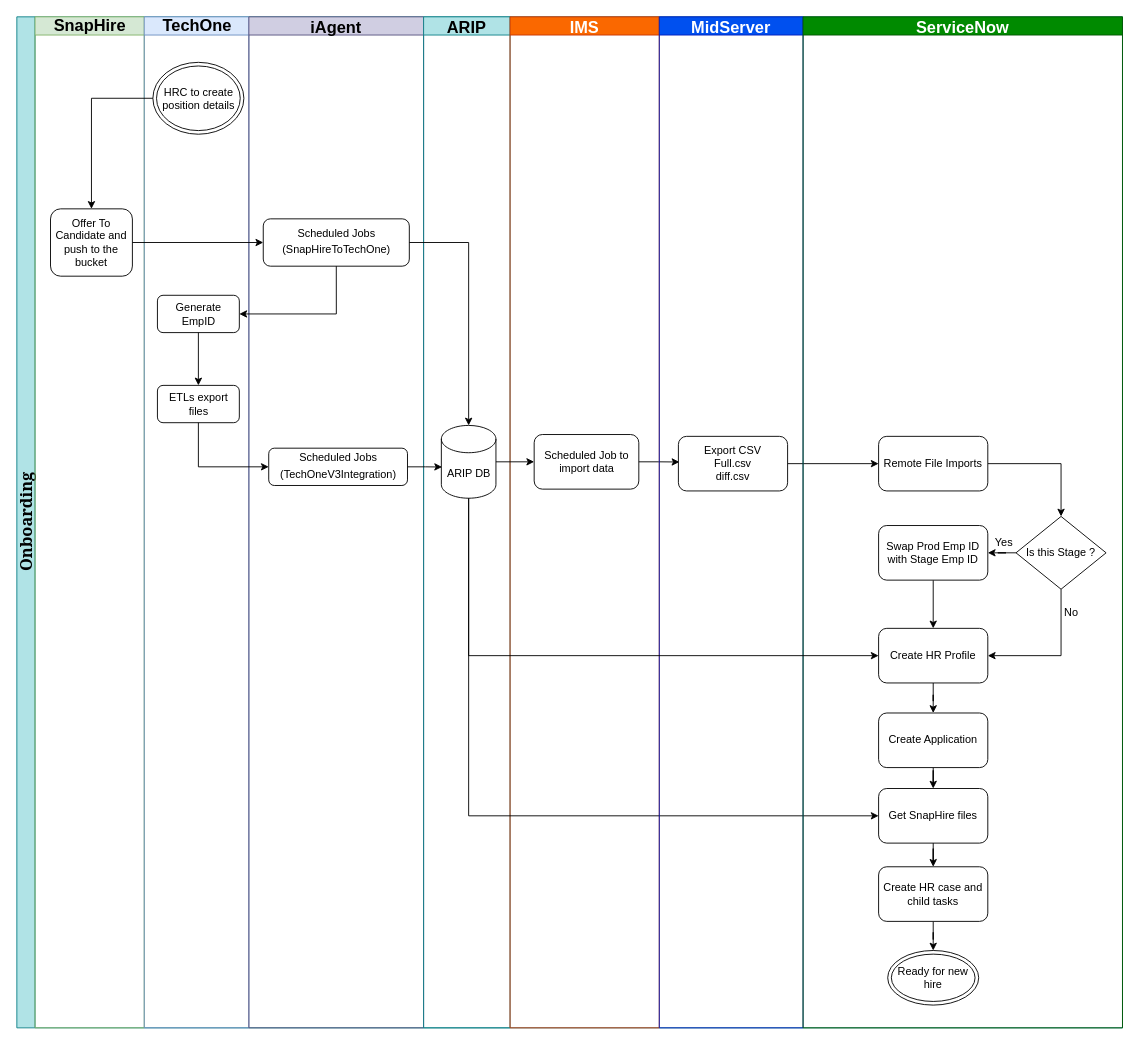
Before: Untitled Diagram.drawio in andrep2208/helloworld, a draw.io diagram. Source tidied: cells renumbered, new cells numbered last; positions are measured from the earlier drawing's top-left corner, leaving out a move shared by most shapes. Both pictures are drawn from the tidied source at 91%, with x=0, y=0 at pixel (16, 16).
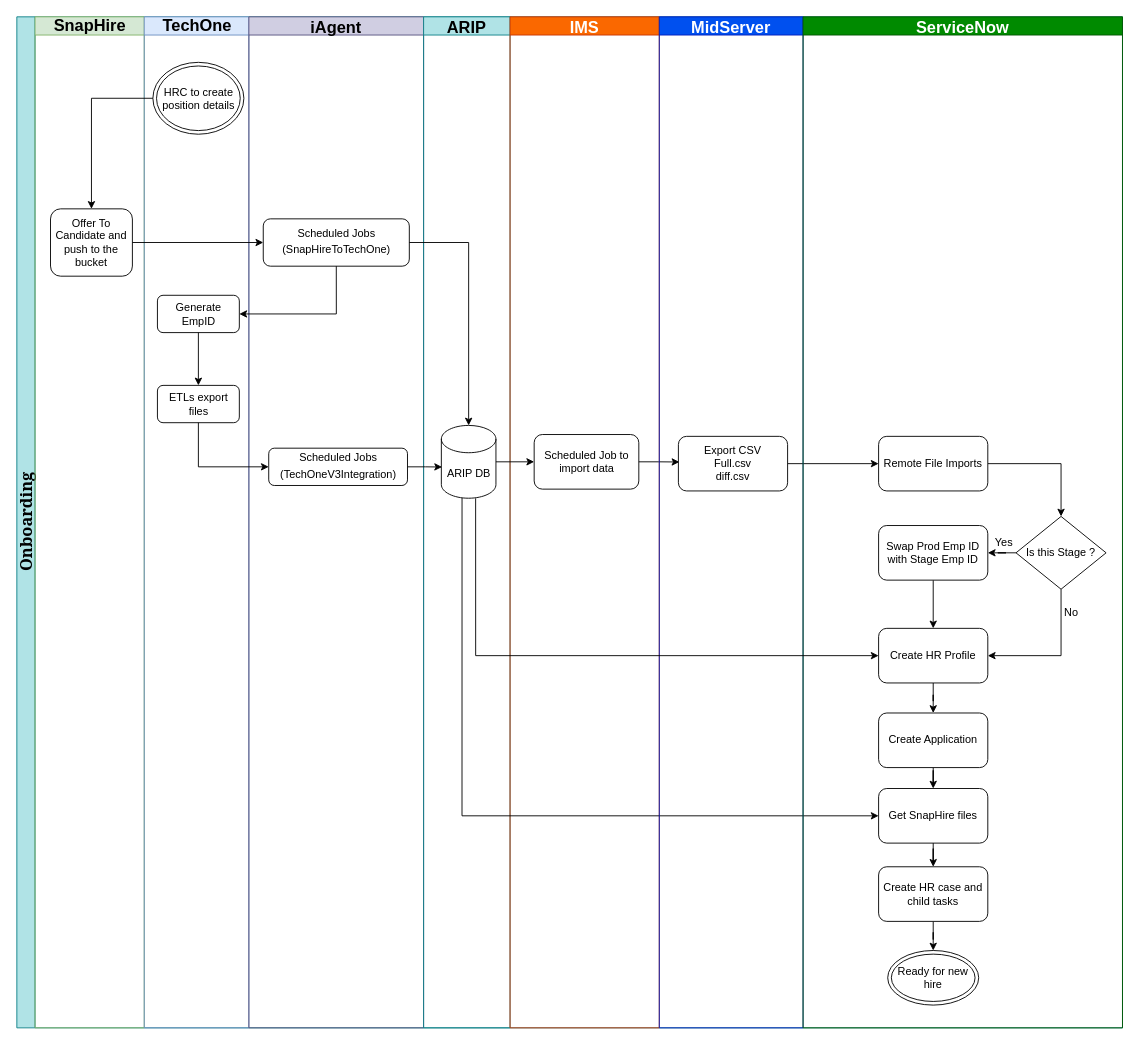
Above is the later version.

Unchanged cells that the change refers to:
```xml
<mxCell id="2" value="Onboarding" style="swimlane;html=1;startSize=20;horizontal=0;fillColor=#b0e3e6;strokeColor=#0e8088;fontSize=18;fontFamily=Georgia;" parent="1" vertex="1">
  <mxGeometry width="1215" height="1111" as="geometry" />
</mxCell>
<mxCell id="14" value="ARIP DB" style="shape=cylinder3;whiteSpace=wrap;html=1;boundedLbl=1;backgroundOutline=1;size=15;" parent="13" vertex="1">
  <mxGeometry x="19.5" y="449" width="60" height="80" as="geometry" />
</mxCell>
<mxCell id="32" value="Get SnapHire files" style="rounded=1;whiteSpace=wrap;html=1;" parent="28" vertex="1">
  <mxGeometry x="83" y="848" width="120" height="60" as="geometry" />
</mxCell>
<mxCell id="46" value="Create HR Profile" style="rounded=1;whiteSpace=wrap;html=1;" parent="28" vertex="1">
  <mxGeometry x="83" y="672" width="120" height="60" as="geometry" />
</mxCell>
```

Diff of the diagram source:
```diff
@@
-    <mxCell id="24" style="edgeStyle=orthogonalEdgeStyle;rounded=0;jettySize=auto;html=1;entryX=0;entryY=0.5;entryDx=0;entryDy=0;exitX=0.5;exitY=1;exitDx=0;exitDy=0;exitPerimeter=0;" parent="2" edge="1" source="14" target="32">
+    <mxCell id="24" style="edgeStyle=orthogonalEdgeStyle;rounded=0;jettySize=auto;html=1;entryX=0;entryY=0.5;entryDx=0;entryDy=0;exitX=0.379;exitY=0.997;exitDx=0;exitDy=0;exitPerimeter=0;" parent="2" edge="1" source="14" target="32">
       <mxGeometry relative="1" as="geometry" />
     </mxCell>
@@
-    <mxCell id="48" style="edgeStyle=orthogonalEdgeStyle;rounded=0;jettySize=auto;html=1;exitX=0.5;exitY=1;exitDx=0;exitDy=0;exitPerimeter=0;entryX=0;entryY=0.5;entryDx=0;entryDy=0;" parent="2" edge="1" source="14" target="46">
+    <mxCell id="48" style="edgeStyle=orthogonalEdgeStyle;rounded=0;jettySize=auto;html=1;exitX=0.628;exitY=1.001;exitDx=0;exitDy=0;exitPerimeter=0;entryX=0;entryY=0.5;entryDx=0;entryDy=0;" parent="2" edge="1" source="14" target="46">
       <mxGeometry relative="1" as="geometry" />
     </mxCell>
```
